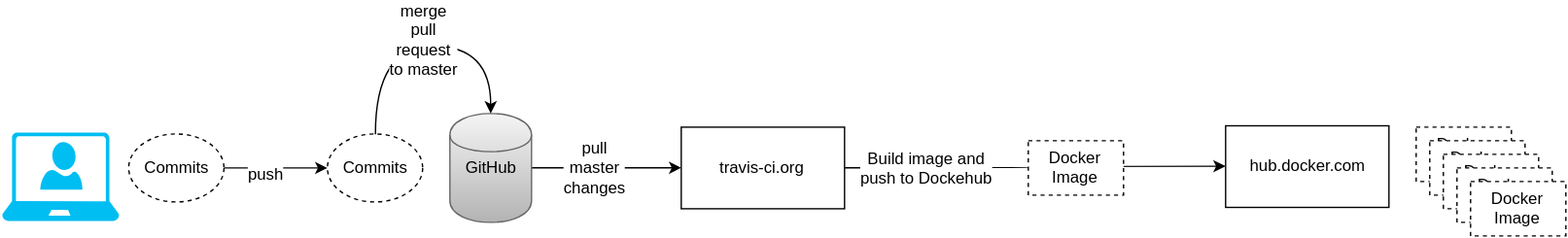
The draw.io diagram pages/en/developers/docker-guide/build-pipeline.svg in HSLdevcom/digitransit-site, before a commit. Source tidied: cells renumbered, new cells last; positions are measured from the earlier drawing's top-left corner, leaving out a move shared by most shapes.
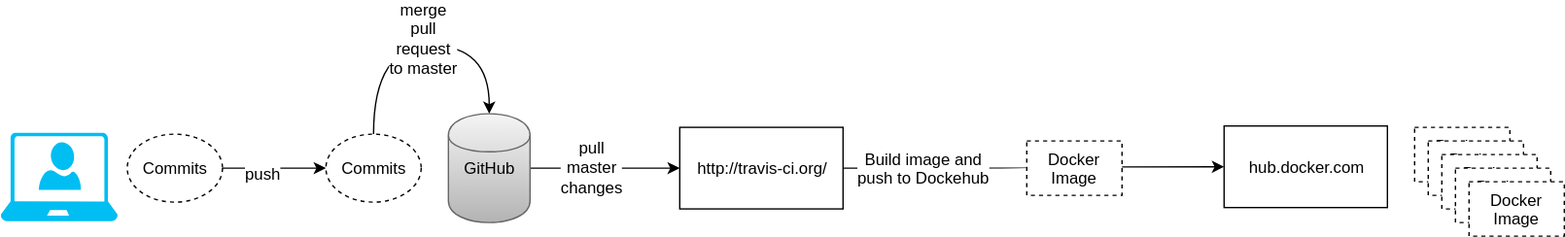
The same diagram one commit later.

Change to the diagram source:
```diff
@@ -8,7 +8,7 @@
     <mxCell id="3" value="Build image and&lt;div&gt;push to Dockehub&lt;/div&gt;" style="text;html=1;align=center;verticalAlign=middle;labelBackgroundColor=#ffffff;" parent="2" vertex="1">
       <mxGeometry x="-0.57" relative="1" as="geometry" />
     </mxCell>
-    <mxCell id="4" value="&lt;div style=&quot;text-align: center&quot;&gt;travis-ci.org&lt;/div&gt;" style="whiteSpace=wrap;html=1;align=center;fillColor=#ffffff;strokeColor=#000000;" parent="1" vertex="1">
+    <mxCell id="4" value="http://travis-ci.org/" style="whiteSpace=wrap;html=1;align=center;fillColor=#ffffff;strokeColor=#000000;" parent="1" vertex="1">
       <mxGeometry x="499" y="60" width="120" height="60" as="geometry" />
     </mxCell>
     <mxCell id="5" style="edgeStyle=orthogonalEdgeStyle;curved=1;rounded=0;html=1;jettySize=auto;entryX=0;entryY=0.5;" parent="1" edge="1" source="7" target="4">
```
